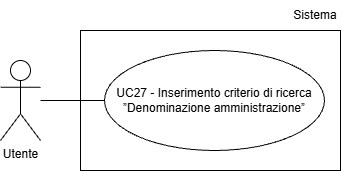
Above: assets/Use_Case_Diagrams/UC27.png in Team-Three-Technologies/Documenti (draw.io), before the change. Source tidied: cells renumbered, new cells last; positions are measured from the earlier drawing's top-left corner, leaving out a move shared by most shapes. The source it was exported from:
```xml
<mxGraphModel>
  <root>
    <mxCell id="0" />
    <mxCell id="1" parent="0" />
    <mxCell id="2" value="Utente" style="shape=umlActor;verticalLabelPosition=bottom;verticalAlign=top;html=1;" parent="1" vertex="1">
      <mxGeometry y="60" width="40" height="80" as="geometry" />
    </mxCell>
    <mxCell id="3" value="UC27 - Inserimento criterio di ricerca ”Denominazione amministrazione”" style="ellipse;whiteSpace=wrap;html=1;align=center;" parent="1" vertex="1">
      <mxGeometry x="104" y="50" width="220" height="100" as="geometry" />
    </mxCell>
    <mxCell id="4" style="endArrow=none;html=1;rounded=0;entryX=0;entryY=0.5;entryDx=0;entryDy=0;" parent="1" edge="1" target="3">
      <mxGeometry relative="1" as="geometry">
        <mxPoint x="40" y="100" as="sourcePoint" />
      </mxGeometry>
    </mxCell>
    <mxCell id="5" style="rounded=0;whiteSpace=wrap;html=1;fillColor=none;" parent="1" vertex="1">
      <mxGeometry x="80" y="30" width="260" height="140" as="geometry" />
    </mxCell>
    <mxCell id="6" value="Sistema" style="text;html=1;whiteSpace=wrap;strokeColor=none;fillColor=none;align=center;verticalAlign=middle;rounded=0;" parent="1" vertex="1">
      <mxGeometry x="290" width="50" height="30" as="geometry" />
    </mxCell>
  </root>
</mxGraphModel>
```
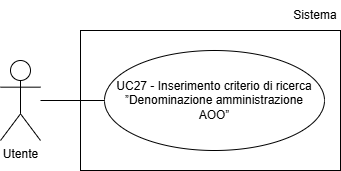
The same diagram one commit later.

Diff of the diagram source:
```diff
@@ -5,14 +5,14 @@
     <mxCell id="2" value="Utente" style="shape=umlActor;verticalLabelPosition=bottom;verticalAlign=top;html=1;" parent="1" vertex="1">
       <mxGeometry y="60" width="40" height="80" as="geometry" />
     </mxCell>
-    <mxCell id="3" value="UC27 - Inserimento criterio di ricerca ”Denominazione amministrazione”" style="ellipse;whiteSpace=wrap;html=1;align=center;" parent="1" vertex="1">
-      <mxGeometry x="104" y="50" width="220" height="100" as="geometry" />
-    </mxCell>
-    <mxCell id="4" style="endArrow=none;html=1;rounded=0;entryX=0;entryY=0.5;entryDx=0;entryDy=0;" parent="1" edge="1" target="3">
-      <mxGeometry relative="1" as="geometry">
-        <mxPoint x="40" y="100" as="sourcePoint" />
-      </mxGeometry>
-    </mxCell>
+    <mxCell id="7" value="&lt;div&gt;UC27 - Inserimento criterio di ricerca ”Denominazione amministrazione&lt;/div&gt;&lt;div&gt;AOO”&lt;/div&gt;" style="ellipse;whiteSpace=wrap;html=1;align=center;" parent="1" vertex="1">
+      <mxGeometry x="104" y="50" width="220" height="100" as="geometry" />
+    </mxCell>
+    <mxCell id="8" style="endArrow=none;html=1;rounded=0;entryX=0;entryY=0.5;entryDx=0;entryDy=0;" parent="1" edge="1" target="7">
+      <mxGeometry relative="1" as="geometry">
+        <mxPoint x="40" y="100" as="sourcePoint" />
+      </mxGeometry>
+    </mxCell>
     <mxCell id="5" style="rounded=0;whiteSpace=wrap;html=1;fillColor=none;" parent="1" vertex="1">
       <mxGeometry x="80" y="30" width="260" height="140" as="geometry" />
     </mxCell>
```
